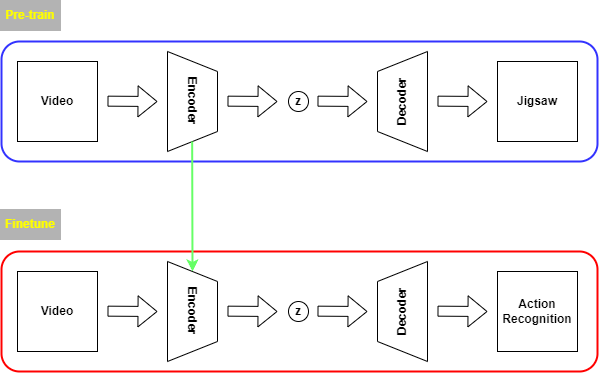
The draw.io diagram explain using only draw.png in Kyoungrae-Noh/Self-Supervised-Learning, before a commit. Source tidied: cells renumbered, new cells last; positions are measured from the earlier drawing's top-left corner, leaving out a move shared by most shapes.
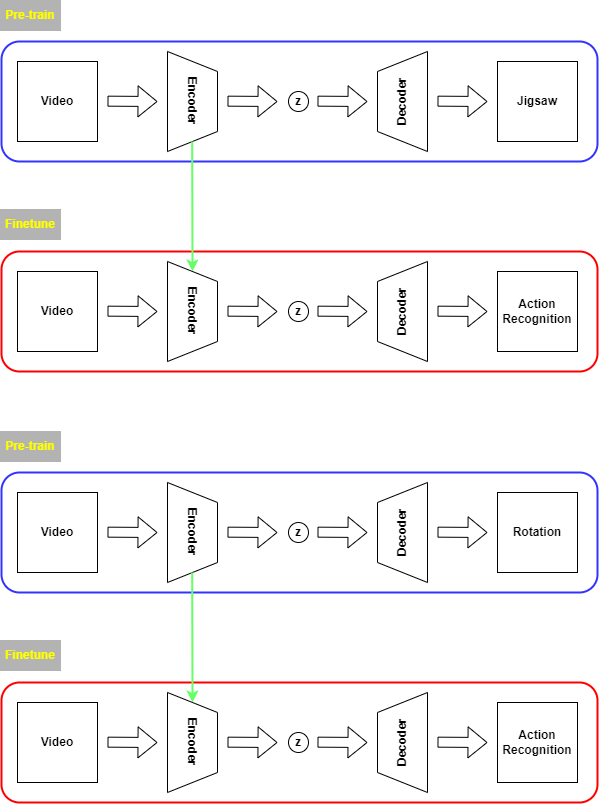
The same diagram one commit later.

Change to the diagram source:
```diff
@@ -97,5 +97,100 @@
         <mxPoint x="191.7" y="141" as="sourcePoint" />
       </mxGeometry>
     </mxCell>
+    <mxCell id="25" value="&lt;b&gt;&lt;font color=&quot;#ffff00&quot;&gt;Pre-train&lt;/font&gt;&lt;/b&gt;" style="rounded=0;whiteSpace=wrap;html=1;fillColor=#B3B3B3;strokeColor=#B3B3B3;" parent="1" vertex="1">
+      <mxGeometry y="431" width="60" height="30" as="geometry" />
+    </mxCell>
+    <mxCell id="26" value="&lt;b&gt;&lt;font color=&quot;#ffff00&quot;&gt;Finetune&lt;/font&gt;&lt;/b&gt;" style="rounded=0;whiteSpace=wrap;html=1;fillColor=#B3B3B3;strokeColor=#B3B3B3;" parent="1" vertex="1">
+      <mxGeometry y="640" width="60" height="30" as="geometry" />
+    </mxCell>
+    <mxCell id="27" style="rounded=1;whiteSpace=wrap;html=1;strokeColor=#3333FF;fontColor=#FFFF00;fillColor=none;strokeWidth=2;" parent="1" vertex="1">
+      <mxGeometry x="1" y="472" width="596" height="120" as="geometry" />
+    </mxCell>
+    <mxCell id="28" value="&lt;font color=&quot;#000000&quot;&gt;&lt;b&gt;Video&lt;/b&gt;&lt;/font&gt;" style="whiteSpace=wrap;html=1;strokeColor=#000000;fontColor=#FFFF00;fillColor=#FFFFFF;" parent="1" vertex="1">
+      <mxGeometry x="17" y="492" width="80" height="80" as="geometry" />
+    </mxCell>
+    <mxCell id="29" style="shape=flexArrow;endArrow=classic;html=1;rounded=0;fontColor=#000000;fillColor=#FFFFFF;" parent="1" edge="1">
+      <mxGeometry relative="1" as="geometry">
+        <mxPoint x="107" y="531.7" as="sourcePoint" />
+        <mxPoint x="157" y="532" as="targetPoint" />
+      </mxGeometry>
+    </mxCell>
+    <mxCell id="30" value="&lt;b&gt;Encoder&lt;/b&gt;" style="shape=trapezoid;perimeter=trapezoidPerimeter;whiteSpace=wrap;html=1;fixedSize=1;strokeColor=#000000;fontColor=#000000;fillColor=#FFFFFF;rotation=90;" parent="1" vertex="1">
+      <mxGeometry x="142" y="507" width="100" height="50" as="geometry" />
+    </mxCell>
+    <mxCell id="31" style="shape=flexArrow;endArrow=classic;html=1;rounded=0;fontColor=#000000;fillColor=#FFFFFF;" parent="1" edge="1">
+      <mxGeometry relative="1" as="geometry">
+        <mxPoint x="227" y="531.7" as="sourcePoint" />
+        <mxPoint x="277" y="532" as="targetPoint" />
+      </mxGeometry>
+    </mxCell>
+    <mxCell id="32" value="&lt;b&gt;z&lt;/b&gt;" style="ellipse;whiteSpace=wrap;html=1;strokeColor=#000000;fontColor=#000000;fillColor=#FFFFFF;" parent="1" vertex="1">
+      <mxGeometry x="288" y="522" width="20" height="20" as="geometry" />
+    </mxCell>
+    <mxCell id="33" style="shape=flexArrow;endArrow=classic;html=1;rounded=0;fontColor=#000000;fillColor=#FFFFFF;" parent="1" edge="1">
+      <mxGeometry relative="1" as="geometry">
+        <mxPoint x="317" y="531.7" as="sourcePoint" />
+        <mxPoint x="367" y="532" as="targetPoint" />
+      </mxGeometry>
+    </mxCell>
+    <mxCell id="34" value="&lt;b&gt;Decoder&lt;/b&gt;" style="shape=trapezoid;perimeter=trapezoidPerimeter;whiteSpace=wrap;html=1;fixedSize=1;strokeColor=#000000;fontColor=#000000;fillColor=#FFFFFF;rotation=-90;" parent="1" vertex="1">
+      <mxGeometry x="352" y="507" width="100" height="50" as="geometry" />
+    </mxCell>
+    <mxCell id="35" style="shape=flexArrow;endArrow=classic;html=1;rounded=0;fontColor=#000000;fillColor=#FFFFFF;" parent="1" edge="1">
+      <mxGeometry relative="1" as="geometry">
+        <mxPoint x="437" y="531.7" as="sourcePoint" />
+        <mxPoint x="487" y="532" as="targetPoint" />
+      </mxGeometry>
+    </mxCell>
+    <mxCell id="36" value="&lt;font color=&quot;#000000&quot;&gt;&lt;b&gt;Rotation&lt;/b&gt;&lt;/font&gt;" style="whiteSpace=wrap;html=1;strokeColor=#000000;fontColor=#FFFF00;fillColor=#FFFFFF;" parent="1" vertex="1">
+      <mxGeometry x="497" y="492" width="80" height="80" as="geometry" />
+    </mxCell>
+    <mxCell id="37" style="rounded=1;whiteSpace=wrap;html=1;strokeColor=#FF0000;fontColor=#FFFF00;fillColor=none;strokeWidth=2;" parent="1" vertex="1">
+      <mxGeometry x="1" y="682" width="596" height="120" as="geometry" />
+    </mxCell>
+    <mxCell id="38" value="&lt;font color=&quot;#000000&quot;&gt;&lt;b&gt;Video&lt;/b&gt;&lt;/font&gt;" style="whiteSpace=wrap;html=1;strokeColor=#000000;fontColor=#FFFF00;fillColor=#FFFFFF;" parent="1" vertex="1">
+      <mxGeometry x="17" y="702" width="80" height="80" as="geometry" />
+    </mxCell>
+    <mxCell id="39" style="shape=flexArrow;endArrow=classic;html=1;rounded=0;fontColor=#000000;fillColor=#FFFFFF;" parent="1" edge="1">
+      <mxGeometry relative="1" as="geometry">
+        <mxPoint x="107" y="741.7" as="sourcePoint" />
+        <mxPoint x="157" y="742" as="targetPoint" />
+      </mxGeometry>
+    </mxCell>
+    <mxCell id="40" value="&lt;b&gt;Encoder&lt;/b&gt;" style="shape=trapezoid;perimeter=trapezoidPerimeter;whiteSpace=wrap;html=1;fixedSize=1;strokeColor=#000000;fontColor=#000000;fillColor=#FFFFFF;rotation=90;" parent="1" vertex="1">
+      <mxGeometry x="142" y="717" width="100" height="50" as="geometry" />
+    </mxCell>
+    <mxCell id="41" style="shape=flexArrow;endArrow=classic;html=1;rounded=0;fontColor=#000000;fillColor=#FFFFFF;" parent="1" edge="1">
+      <mxGeometry relative="1" as="geometry">
+        <mxPoint x="227" y="741.7" as="sourcePoint" />
+        <mxPoint x="277" y="742" as="targetPoint" />
+      </mxGeometry>
+    </mxCell>
+    <mxCell id="42" value="&lt;b&gt;z&lt;/b&gt;" style="ellipse;whiteSpace=wrap;html=1;strokeColor=#000000;fontColor=#000000;fillColor=#FFFFFF;" parent="1" vertex="1">
+      <mxGeometry x="288" y="732" width="20" height="20" as="geometry" />
+    </mxCell>
+    <mxCell id="43" style="shape=flexArrow;endArrow=classic;html=1;rounded=0;fontColor=#000000;fillColor=#FFFFFF;" parent="1" edge="1">
+      <mxGeometry relative="1" as="geometry">
+        <mxPoint x="317" y="741.7" as="sourcePoint" />
+        <mxPoint x="367" y="742" as="targetPoint" />
+      </mxGeometry>
+    </mxCell>
+    <mxCell id="44" value="&lt;b&gt;Decoder&lt;/b&gt;" style="shape=trapezoid;perimeter=trapezoidPerimeter;whiteSpace=wrap;html=1;fixedSize=1;strokeColor=#000000;fontColor=#000000;fillColor=#FFFFFF;rotation=-90;" parent="1" vertex="1">
+      <mxGeometry x="352" y="717" width="100" height="50" as="geometry" />
+    </mxCell>
+    <mxCell id="45" style="shape=flexArrow;endArrow=classic;html=1;rounded=0;fontColor=#000000;fillColor=#FFFFFF;" parent="1" edge="1">
+      <mxGeometry relative="1" as="geometry">
+        <mxPoint x="437" y="741.7" as="sourcePoint" />
+        <mxPoint x="487" y="742" as="targetPoint" />
+      </mxGeometry>
+    </mxCell>
+    <mxCell id="46" value="&lt;font color=&quot;#000000&quot;&gt;&lt;b&gt;Action&lt;br&gt;Recognition&lt;/b&gt;&lt;br&gt;&lt;/font&gt;" style="whiteSpace=wrap;html=1;strokeColor=#000000;fontColor=#FFFF00;fillColor=#FFFFFF;" parent="1" vertex="1">
+      <mxGeometry x="497" y="702" width="80" height="80" as="geometry" />
+    </mxCell>
+    <mxCell id="47" style="endArrow=classic;html=1;rounded=0;fontColor=#000000;entryX=0;entryY=0.5;entryDx=0;entryDy=0;strokeColor=#66FF66;strokeWidth=2;" parent="1" edge="1" target="40">
+      <mxGeometry relative="1" as="geometry">
+        <mxPoint x="191.7" y="572" as="sourcePoint" />
+      </mxGeometry>
+    </mxCell>
   </root>
 </mxGraphModel>
```
